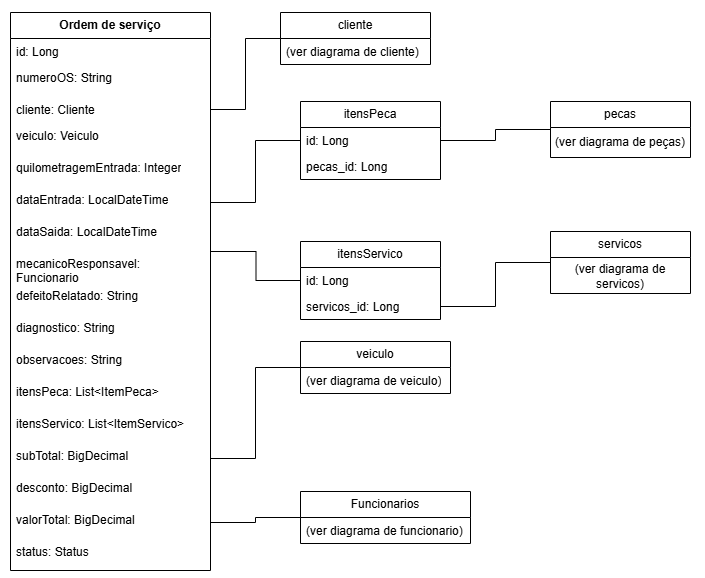
henriqueValgas/oficina-mecanica-api keeps this draw.io diagram as docs/diagramas/Diagrama de Ordem de servico.drawio.png. Above is the earlier version. Source tidied: cells renumbered, new cells last; positions are measured from the earlier drawing's top-left corner, leaving out a move shared by most shapes. The source it was exported from:
```xml
<mxGraphModel>
  <root>
    <mxCell id="0" />
    <mxCell id="1" parent="0" />
    <mxCell id="2" value="&lt;span style=&quot;font-weight: 700;&quot;&gt;Ordem de serviço&lt;/span&gt;" style="swimlane;fontStyle=0;horizontal=1;startSize=26;fillColor=none;whiteSpace=wrap;html=1;" parent="1" vertex="1">
      <mxGeometry width="200" height="558" as="geometry" />
    </mxCell>
    <mxCell id="3" value="id: Long" style="text;strokeColor=none;fillColor=none;align=left;verticalAlign=top;spacingLeft=4;spacingRight=4;overflow=hidden;whiteSpace=wrap;html=1;" parent="2" vertex="1">
      <mxGeometry y="26" width="200" height="26" as="geometry" />
    </mxCell>
    <mxCell id="4" value="numeroOS: String" style="text;strokeColor=none;fillColor=none;align=left;verticalAlign=top;spacingLeft=4;spacingRight=4;overflow=hidden;whiteSpace=wrap;html=1;" parent="2" vertex="1">
      <mxGeometry y="52" width="200" height="32" as="geometry" />
    </mxCell>
    <mxCell id="5" value="cliente: Cliente" style="text;strokeColor=none;fillColor=none;align=left;verticalAlign=top;spacingLeft=4;spacingRight=4;overflow=hidden;points=[[0,0.5],[1,0.5]];portConstraint=eastwest;whiteSpace=wrap;html=1;" parent="2" vertex="1">
      <mxGeometry y="84" width="200" height="26" as="geometry" />
    </mxCell>
    <mxCell id="6" value="veiculo: Veiculo" style="text;strokeColor=none;fillColor=none;align=left;verticalAlign=top;spacingLeft=4;spacingRight=4;overflow=hidden;whiteSpace=wrap;html=1;" parent="2" vertex="1">
      <mxGeometry y="110" width="200" height="32" as="geometry" />
    </mxCell>
    <mxCell id="7" value="quilometragemEntrada: Integer" style="text;strokeColor=none;fillColor=none;align=left;verticalAlign=top;spacingLeft=4;spacingRight=4;overflow=hidden;whiteSpace=wrap;html=1;" parent="2" vertex="1">
      <mxGeometry y="142" width="200" height="32" as="geometry" />
    </mxCell>
    <mxCell id="8" value="dataEntrada: LocalDateTime" style="text;strokeColor=none;fillColor=none;align=left;verticalAlign=top;spacingLeft=4;spacingRight=4;overflow=hidden;points=[[0,0.5],[1,0.5]];portConstraint=eastwest;whiteSpace=wrap;html=1;" parent="2" vertex="1">
      <mxGeometry y="174" width="200" height="32" as="geometry" />
    </mxCell>
    <mxCell id="9" value="dataSaida: LocalDateTime" style="text;strokeColor=none;fillColor=none;align=left;verticalAlign=top;spacingLeft=4;spacingRight=4;overflow=hidden;whiteSpace=wrap;html=1;" parent="2" vertex="1">
      <mxGeometry y="206" width="200" height="32" as="geometry" />
    </mxCell>
    <mxCell id="10" value="mecanicoResponsavel: Funcionario" style="text;strokeColor=none;fillColor=none;align=left;verticalAlign=top;spacingLeft=4;spacingRight=4;overflow=hidden;whiteSpace=wrap;html=1;" parent="2" vertex="1">
      <mxGeometry y="238" width="200" height="32" as="geometry" />
    </mxCell>
    <mxCell id="11" value="defeitoRelatado: String" style="text;strokeColor=none;fillColor=none;align=left;verticalAlign=top;spacingLeft=4;spacingRight=4;overflow=hidden;whiteSpace=wrap;html=1;" parent="2" vertex="1">
      <mxGeometry y="270" width="200" height="32" as="geometry" />
    </mxCell>
    <mxCell id="12" value="diagnostico: String" style="text;strokeColor=none;fillColor=none;align=left;verticalAlign=top;spacingLeft=4;spacingRight=4;overflow=hidden;whiteSpace=wrap;html=1;" parent="2" vertex="1">
      <mxGeometry y="302" width="200" height="32" as="geometry" />
    </mxCell>
    <mxCell id="13" value="observacoes: String" style="text;strokeColor=none;fillColor=none;align=left;verticalAlign=top;spacingLeft=4;spacingRight=4;overflow=hidden;whiteSpace=wrap;html=1;" parent="2" vertex="1">
      <mxGeometry y="334" width="200" height="32" as="geometry" />
    </mxCell>
    <mxCell id="14" value="itensPeca: List&amp;lt;ItemPeca&amp;gt;" style="text;strokeColor=none;fillColor=none;align=left;verticalAlign=top;spacingLeft=4;spacingRight=4;overflow=hidden;whiteSpace=wrap;html=1;" parent="2" vertex="1">
      <mxGeometry y="366" width="200" height="32" as="geometry" />
    </mxCell>
    <mxCell id="15" value="itensServico: List&amp;lt;ItemServico&amp;gt;" style="text;strokeColor=none;fillColor=none;align=left;verticalAlign=top;spacingLeft=4;spacingRight=4;overflow=hidden;whiteSpace=wrap;html=1;" parent="2" vertex="1">
      <mxGeometry y="398" width="200" height="32" as="geometry" />
    </mxCell>
    <mxCell id="16" value="subTotal: BigDecimal" style="text;strokeColor=none;fillColor=none;align=left;verticalAlign=top;spacingLeft=4;spacingRight=4;overflow=hidden;points=[[0,0.5],[1,0.5]];portConstraint=eastwest;whiteSpace=wrap;html=1;" parent="2" vertex="1">
      <mxGeometry y="430" width="200" height="32" as="geometry" />
    </mxCell>
    <mxCell id="17" value="desconto: BigDecimal" style="text;strokeColor=none;fillColor=none;align=left;verticalAlign=top;spacingLeft=4;spacingRight=4;overflow=hidden;whiteSpace=wrap;html=1;" parent="2" vertex="1">
      <mxGeometry y="462" width="200" height="32" as="geometry" />
    </mxCell>
    <mxCell id="18" value="valorTotal: BigDecimal" style="text;strokeColor=none;fillColor=none;align=left;verticalAlign=top;spacingLeft=4;spacingRight=4;overflow=hidden;points=[[0,0.5],[1,0.5]];portConstraint=eastwest;whiteSpace=wrap;html=1;" parent="2" vertex="1">
      <mxGeometry y="494" width="200" height="32" as="geometry" />
    </mxCell>
    <mxCell id="19" value="status: Status" style="text;strokeColor=none;fillColor=none;align=left;verticalAlign=top;spacingLeft=4;spacingRight=4;overflow=hidden;whiteSpace=wrap;html=1;" parent="2" vertex="1">
      <mxGeometry y="526" width="200" height="32" as="geometry" />
    </mxCell>
    <mxCell id="20" style="edgeStyle=orthogonalEdgeStyle;rounded=0;jettySize=auto;html=1;exitX=0;exitY=0.5;exitDx=0;exitDy=0;entryX=1;entryY=0.5;entryDx=0;entryDy=0;endArrow=none;endFill=0;" parent="1" edge="1" source="21" target="8">
      <mxGeometry relative="1" as="geometry" />
    </mxCell>
    <mxCell id="21" value="itensPeca" style="swimlane;fontStyle=0;horizontal=1;startSize=26;fillColor=none;whiteSpace=wrap;html=1;" parent="1" vertex="1">
      <mxGeometry x="290" y="89" width="140" height="78" as="geometry" />
    </mxCell>
    <mxCell id="22" value="id: Long" style="text;strokeColor=none;fillColor=none;align=left;verticalAlign=top;spacingLeft=4;spacingRight=4;overflow=hidden;whiteSpace=wrap;html=1;" parent="21" vertex="1">
      <mxGeometry y="26" width="140" height="26" as="geometry" />
    </mxCell>
    <mxCell id="23" value="pecas_id: Long" style="text;strokeColor=none;fillColor=none;align=left;verticalAlign=top;spacingLeft=4;spacingRight=4;overflow=hidden;whiteSpace=wrap;html=1;" parent="21" vertex="1">
      <mxGeometry y="52" width="140" height="26" as="geometry" />
    </mxCell>
    <mxCell id="24" style="edgeStyle=orthogonalEdgeStyle;rounded=0;jettySize=auto;html=1;exitX=0;exitY=0.5;exitDx=0;exitDy=0;endArrow=none;endFill=0;" parent="1" edge="1" source="25">
      <mxGeometry relative="1" as="geometry">
        <mxPoint x="200" y="239" as="targetPoint" />
      </mxGeometry>
    </mxCell>
    <mxCell id="25" value="itensServico" style="swimlane;fontStyle=0;horizontal=1;startSize=26;fillColor=none;whiteSpace=wrap;html=1;" parent="1" vertex="1">
      <mxGeometry x="290" y="229" width="140" height="78" as="geometry" />
    </mxCell>
    <mxCell id="26" value="id: Long" style="text;strokeColor=none;fillColor=none;align=left;verticalAlign=top;spacingLeft=4;spacingRight=4;overflow=hidden;whiteSpace=wrap;html=1;" parent="25" vertex="1">
      <mxGeometry y="26" width="140" height="26" as="geometry" />
    </mxCell>
    <mxCell id="27" value="servicos_id: Long&lt;div&gt;&lt;br&gt;&lt;/div&gt;" style="text;strokeColor=none;fillColor=none;align=left;verticalAlign=top;spacingLeft=4;spacingRight=4;overflow=hidden;points=[[0,0.5],[1,0.5]];portConstraint=eastwest;whiteSpace=wrap;html=1;" parent="25" vertex="1">
      <mxGeometry y="52" width="140" height="26" as="geometry" />
    </mxCell>
    <mxCell id="28" style="edgeStyle=orthogonalEdgeStyle;rounded=0;jettySize=auto;html=1;exitX=0;exitY=0.5;exitDx=0;exitDy=0;entryX=1;entryY=0.5;entryDx=0;entryDy=0;endArrow=none;endFill=0;" parent="1" edge="1" source="29" target="21">
      <mxGeometry relative="1" as="geometry" />
    </mxCell>
    <mxCell id="29" value="pecas" style="swimlane;fontStyle=0;horizontal=1;startSize=26;fillColor=none;whiteSpace=wrap;html=1;" parent="1" vertex="1">
      <mxGeometry x="540" y="89" width="140" height="56" as="geometry" />
    </mxCell>
    <mxCell id="30" value="(ver diagrama de peças)" style="text;html=1;whiteSpace=wrap;strokeColor=none;fillColor=none;align=center;verticalAlign=middle;rounded=0;" parent="29" vertex="1">
      <mxGeometry y="26" width="140" height="30" as="geometry" />
    </mxCell>
    <mxCell id="31" style="edgeStyle=orthogonalEdgeStyle;rounded=0;jettySize=auto;html=1;exitX=0;exitY=0.5;exitDx=0;exitDy=0;entryX=1;entryY=0.5;entryDx=0;entryDy=0;endArrow=none;endFill=0;" parent="1" edge="1" source="32" target="27">
      <mxGeometry relative="1" as="geometry" />
    </mxCell>
    <mxCell id="32" value="servicos" style="swimlane;fontStyle=0;horizontal=1;startSize=26;fillColor=none;whiteSpace=wrap;html=1;" parent="1" vertex="1">
      <mxGeometry x="540" y="219" width="140" height="62" as="geometry" />
    </mxCell>
    <mxCell id="33" value="(ver diagrama de servicos)" style="text;html=1;whiteSpace=wrap;strokeColor=none;fillColor=none;align=center;verticalAlign=middle;rounded=0;" parent="1" vertex="1">
      <mxGeometry x="540" y="249" width="140" height="30" as="geometry" />
    </mxCell>
    <mxCell id="34" style="edgeStyle=orthogonalEdgeStyle;rounded=0;jettySize=auto;html=1;exitX=0;exitY=0.5;exitDx=0;exitDy=0;entryX=1;entryY=0.5;entryDx=0;entryDy=0;endArrow=none;endFill=0;" parent="1" edge="1" source="35" target="5">
      <mxGeometry relative="1" as="geometry" />
    </mxCell>
    <mxCell id="35" value="cliente" style="swimlane;fontStyle=0;horizontal=1;startSize=26;fillColor=none;whiteSpace=wrap;html=1;" parent="1" vertex="1">
      <mxGeometry x="270" width="150" height="52" as="geometry" />
    </mxCell>
    <mxCell id="36" value="(ver diagrama de cliente)" style="text;strokeColor=none;fillColor=none;align=left;verticalAlign=top;spacingLeft=4;spacingRight=4;overflow=hidden;whiteSpace=wrap;html=1;" parent="35" vertex="1">
      <mxGeometry y="26" width="150" height="26" as="geometry" />
    </mxCell>
    <mxCell id="37" style="edgeStyle=orthogonalEdgeStyle;rounded=0;jettySize=auto;html=1;exitX=0;exitY=0.5;exitDx=0;exitDy=0;entryX=1;entryY=0.5;entryDx=0;entryDy=0;endArrow=none;endFill=0;" parent="1" edge="1" source="38" target="16">
      <mxGeometry relative="1" as="geometry" />
    </mxCell>
    <mxCell id="38" value="veiculo" style="swimlane;fontStyle=0;horizontal=1;startSize=26;fillColor=none;whiteSpace=wrap;html=1;" parent="1" vertex="1">
      <mxGeometry x="290" y="329" width="150" height="52" as="geometry" />
    </mxCell>
    <mxCell id="39" value="(ver diagrama de veiculo)" style="text;strokeColor=none;fillColor=none;align=left;verticalAlign=top;spacingLeft=4;spacingRight=4;overflow=hidden;whiteSpace=wrap;html=1;" parent="38" vertex="1">
      <mxGeometry y="26" width="150" height="26" as="geometry" />
    </mxCell>
    <mxCell id="40" style="edgeStyle=orthogonalEdgeStyle;rounded=0;jettySize=auto;html=1;exitX=0;exitY=0.5;exitDx=0;exitDy=0;entryX=1;entryY=0.5;entryDx=0;entryDy=0;endArrow=none;endFill=0;" parent="1" edge="1" source="41" target="18">
      <mxGeometry relative="1" as="geometry" />
    </mxCell>
    <mxCell id="41" value="Funcionarios" style="swimlane;fontStyle=0;horizontal=1;startSize=26;fillColor=none;whiteSpace=wrap;html=1;" parent="1" vertex="1">
      <mxGeometry x="290" y="479" width="170" height="52" as="geometry" />
    </mxCell>
    <mxCell id="42" value="(ver diagrama de funcionario)" style="text;strokeColor=none;fillColor=none;align=left;verticalAlign=top;spacingLeft=4;spacingRight=4;overflow=hidden;whiteSpace=wrap;html=1;" parent="41" vertex="1">
      <mxGeometry y="26" width="170" height="26" as="geometry" />
    </mxCell>
  </root>
</mxGraphModel>
```
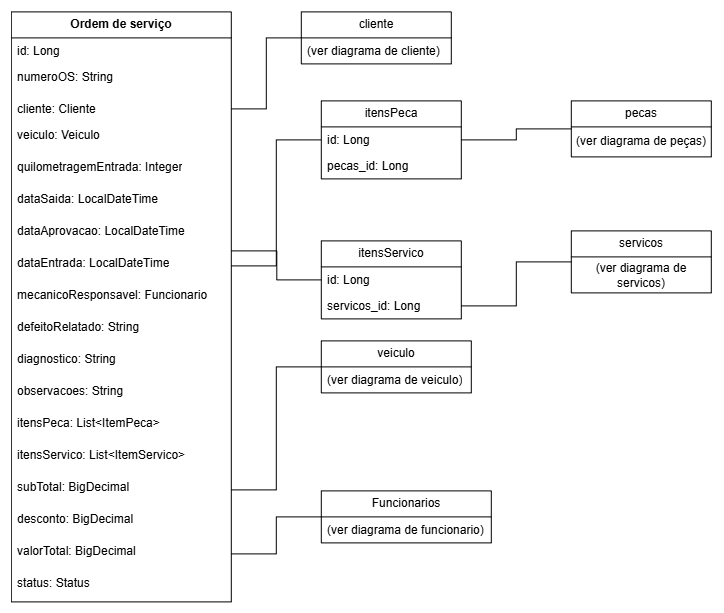
The same file after the commit.

Change to the diagram source:
```diff
@@ -3,58 +3,61 @@
     <mxCell id="0" />
     <mxCell id="1" parent="0" />
     <mxCell id="2" value="&lt;span style=&quot;font-weight: 700;&quot;&gt;Ordem de serviço&lt;/span&gt;" style="swimlane;fontStyle=0;horizontal=1;startSize=26;fillColor=none;whiteSpace=wrap;html=1;" parent="1" vertex="1">
-      <mxGeometry width="200" height="558" as="geometry" />
+      <mxGeometry x="-20" width="220" height="590" as="geometry" />
     </mxCell>
     <mxCell id="3" value="id: Long" style="text;strokeColor=none;fillColor=none;align=left;verticalAlign=top;spacingLeft=4;spacingRight=4;overflow=hidden;whiteSpace=wrap;html=1;" parent="2" vertex="1">
-      <mxGeometry y="26" width="200" height="26" as="geometry" />
+      <mxGeometry y="26" width="220" height="26" as="geometry" />
     </mxCell>
     <mxCell id="4" value="numeroOS: String" style="text;strokeColor=none;fillColor=none;align=left;verticalAlign=top;spacingLeft=4;spacingRight=4;overflow=hidden;whiteSpace=wrap;html=1;" parent="2" vertex="1">
-      <mxGeometry y="52" width="200" height="32" as="geometry" />
+      <mxGeometry y="52" width="220" height="32" as="geometry" />
     </mxCell>
     <mxCell id="5" value="cliente: Cliente" style="text;strokeColor=none;fillColor=none;align=left;verticalAlign=top;spacingLeft=4;spacingRight=4;overflow=hidden;points=[[0,0.5],[1,0.5]];portConstraint=eastwest;whiteSpace=wrap;html=1;" parent="2" vertex="1">
-      <mxGeometry y="84" width="200" height="26" as="geometry" />
+      <mxGeometry y="84" width="220" height="26" as="geometry" />
     </mxCell>
     <mxCell id="6" value="veiculo: Veiculo" style="text;strokeColor=none;fillColor=none;align=left;verticalAlign=top;spacingLeft=4;spacingRight=4;overflow=hidden;whiteSpace=wrap;html=1;" parent="2" vertex="1">
-      <mxGeometry y="110" width="200" height="32" as="geometry" />
+      <mxGeometry y="110" width="220" height="32" as="geometry" />
     </mxCell>
     <mxCell id="7" value="quilometragemEntrada: Integer" style="text;strokeColor=none;fillColor=none;align=left;verticalAlign=top;spacingLeft=4;spacingRight=4;overflow=hidden;whiteSpace=wrap;html=1;" parent="2" vertex="1">
-      <mxGeometry y="142" width="200" height="32" as="geometry" />
+      <mxGeometry y="142" width="220" height="32" as="geometry" />
     </mxCell>
+    <mxCell id="9" value="dataSaida: LocalDateTime" style="text;strokeColor=none;fillColor=none;align=left;verticalAlign=top;spacingLeft=4;spacingRight=4;overflow=hidden;whiteSpace=wrap;html=1;" parent="2" vertex="1">
+      <mxGeometry y="174" width="220" height="32" as="geometry" />
+    </mxCell>
+    <mxCell id="43" value="dataAprovacao: LocalDateTime" style="text;strokeColor=none;fillColor=none;align=left;verticalAlign=top;spacingLeft=4;spacingRight=4;overflow=hidden;whiteSpace=wrap;html=1;" parent="2" vertex="1">
+      <mxGeometry y="206" width="220" height="32" as="geometry" />
+    </mxCell>
     <mxCell id="8" value="dataEntrada: LocalDateTime" style="text;strokeColor=none;fillColor=none;align=left;verticalAlign=top;spacingLeft=4;spacingRight=4;overflow=hidden;points=[[0,0.5],[1,0.5]];portConstraint=eastwest;whiteSpace=wrap;html=1;" parent="2" vertex="1">
-      <mxGeometry y="174" width="200" height="32" as="geometry" />
+      <mxGeometry y="238" width="220" height="32" as="geometry" />
     </mxCell>
-    <mxCell id="9" value="dataSaida: LocalDateTime" style="text;strokeColor=none;fillColor=none;align=left;verticalAlign=top;spacingLeft=4;spacingRight=4;overflow=hidden;whiteSpace=wrap;html=1;" parent="2" vertex="1">
-      <mxGeometry y="206" width="200" height="32" as="geometry" />
-    </mxCell>
     <mxCell id="10" value="mecanicoResponsavel: Funcionario" style="text;strokeColor=none;fillColor=none;align=left;verticalAlign=top;spacingLeft=4;spacingRight=4;overflow=hidden;whiteSpace=wrap;html=1;" parent="2" vertex="1">
-      <mxGeometry y="238" width="200" height="32" as="geometry" />
+      <mxGeometry y="270" width="220" height="32" as="geometry" />
     </mxCell>
     <mxCell id="11" value="defeitoRelatado: String" style="text;strokeColor=none;fillColor=none;align=left;verticalAlign=top;spacingLeft=4;spacingRight=4;overflow=hidden;whiteSpace=wrap;html=1;" parent="2" vertex="1">
-      <mxGeometry y="270" width="200" height="32" as="geometry" />
+      <mxGeometry y="302" width="220" height="32" as="geometry" />
     </mxCell>
     <mxCell id="12" value="diagnostico: String" style="text;strokeColor=none;fillColor=none;align=left;verticalAlign=top;spacingLeft=4;spacingRight=4;overflow=hidden;whiteSpace=wrap;html=1;" parent="2" vertex="1">
-      <mxGeometry y="302" width="200" height="32" as="geometry" />
+      <mxGeometry y="334" width="220" height="32" as="geometry" />
     </mxCell>
     <mxCell id="13" value="observacoes: String" style="text;strokeColor=none;fillColor=none;align=left;verticalAlign=top;spacingLeft=4;spacingRight=4;overflow=hidden;whiteSpace=wrap;html=1;" parent="2" vertex="1">
-      <mxGeometry y="334" width="200" height="32" as="geometry" />
+      <mxGeometry y="366" width="220" height="32" as="geometry" />
     </mxCell>
     <mxCell id="14" value="itensPeca: List&amp;lt;ItemPeca&amp;gt;" style="text;strokeColor=none;fillColor=none;align=left;verticalAlign=top;spacingLeft=4;spacingRight=4;overflow=hidden;whiteSpace=wrap;html=1;" parent="2" vertex="1">
-      <mxGeometry y="366" width="200" height="32" as="geometry" />
+      <mxGeometry y="398" width="220" height="32" as="geometry" />
     </mxCell>
     <mxCell id="15" value="itensServico: List&amp;lt;ItemServico&amp;gt;" style="text;strokeColor=none;fillColor=none;align=left;verticalAlign=top;spacingLeft=4;spacingRight=4;overflow=hidden;whiteSpace=wrap;html=1;" parent="2" vertex="1">
-      <mxGeometry y="398" width="200" height="32" as="geometry" />
+      <mxGeometry y="430" width="220" height="32" as="geometry" />
     </mxCell>
     <mxCell id="16" value="subTotal: BigDecimal" style="text;strokeColor=none;fillColor=none;align=left;verticalAlign=top;spacingLeft=4;spacingRight=4;overflow=hidden;points=[[0,0.5],[1,0.5]];portConstraint=eastwest;whiteSpace=wrap;html=1;" parent="2" vertex="1">
-      <mxGeometry y="430" width="200" height="32" as="geometry" />
+      <mxGeometry y="462" width="220" height="32" as="geometry" />
     </mxCell>
     <mxCell id="17" value="desconto: BigDecimal" style="text;strokeColor=none;fillColor=none;align=left;verticalAlign=top;spacingLeft=4;spacingRight=4;overflow=hidden;whiteSpace=wrap;html=1;" parent="2" vertex="1">
-      <mxGeometry y="462" width="200" height="32" as="geometry" />
+      <mxGeometry y="494" width="220" height="32" as="geometry" />
     </mxCell>
     <mxCell id="18" value="valorTotal: BigDecimal" style="text;strokeColor=none;fillColor=none;align=left;verticalAlign=top;spacingLeft=4;spacingRight=4;overflow=hidden;points=[[0,0.5],[1,0.5]];portConstraint=eastwest;whiteSpace=wrap;html=1;" parent="2" vertex="1">
-      <mxGeometry y="494" width="200" height="32" as="geometry" />
+      <mxGeometry y="526" width="220" height="32" as="geometry" />
     </mxCell>
     <mxCell id="19" value="status: Status" style="text;strokeColor=none;fillColor=none;align=left;verticalAlign=top;spacingLeft=4;spacingRight=4;overflow=hidden;whiteSpace=wrap;html=1;" parent="2" vertex="1">
-      <mxGeometry y="526" width="200" height="32" as="geometry" />
+      <mxGeometry y="558" width="220" height="32" as="geometry" />
     </mxCell>
     <mxCell id="20" style="edgeStyle=orthogonalEdgeStyle;rounded=0;jettySize=auto;html=1;exitX=0;exitY=0.5;exitDx=0;exitDy=0;entryX=1;entryY=0.5;entryDx=0;entryDy=0;endArrow=none;endFill=0;" parent="1" edge="1" source="21" target="8">
       <mxGeometry relative="1" as="geometry" />
```
